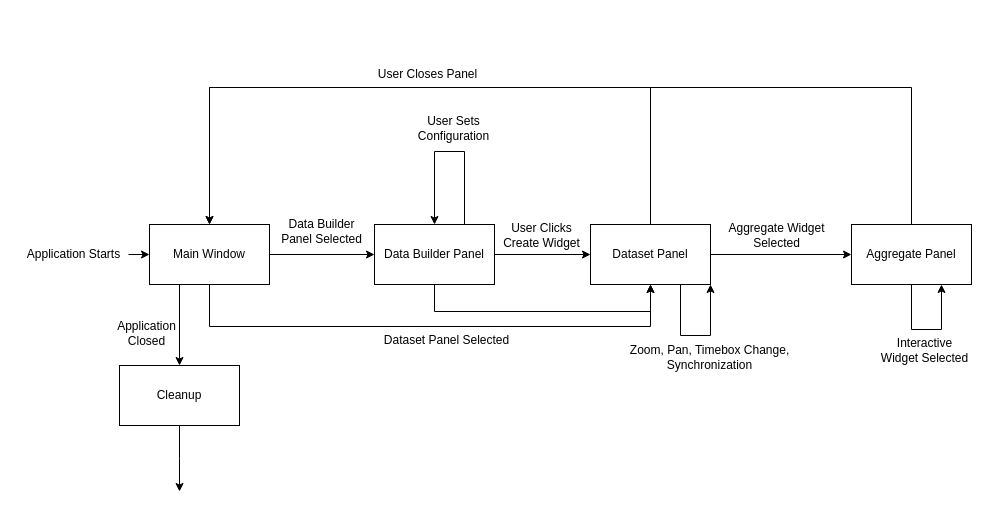
This is page "Page-2" (2 of 2) of ClassModel.drawio from LukiePookie1/data-visualization-application, a draw.io file, before an edit. Source tidied: cells renumbered, new cells numbered last; positions are measured from the earlier drawing's top-left corner, leaving out a move shared by most shapes. Both pictures are drawn from the tidied source at 100%, with x=0, y=0 at pixel (17, 61).
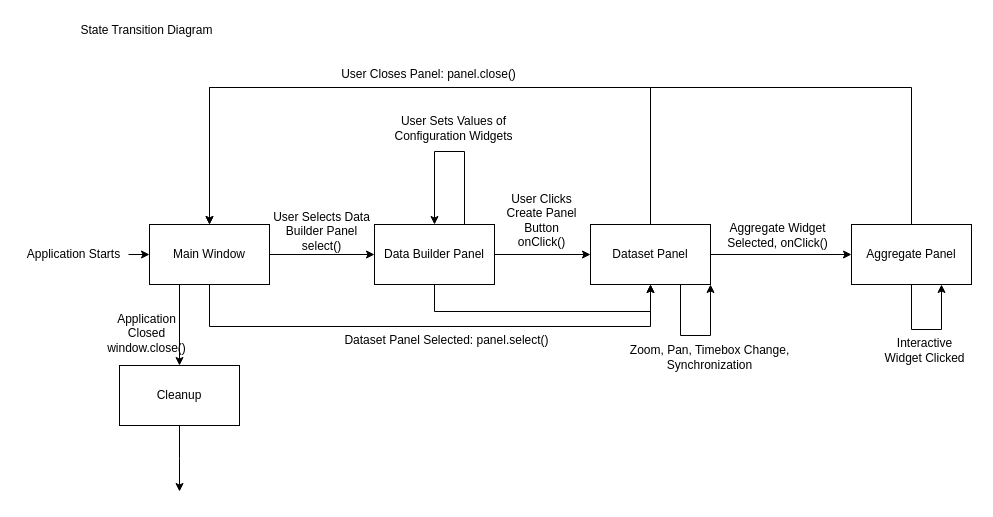
The same page after the edit.

The edit, as a diff of the source:
```diff
@@
-    <mxCell id="8" value="Data Builder &lt;br&gt;Panel Selected" style="text;html=1;align=center;verticalAlign=middle;strokeColor=none;fillColor=none;" parent="1" vertex="1">
-      <mxGeometry x="254" y="149" width="99" height="41" as="geometry" />
+    <mxCell id="8" value="User Selects Data&lt;br&gt;Builder Panel&lt;br&gt;select()" style="text;html=1;align=center;verticalAlign=middle;strokeColor=none;fillColor=none;" parent="1" vertex="1">
+      <mxGeometry x="246" y="142" width="115" height="55" as="geometry" />
     </mxCell>
@@
-    <mxCell id="13" value="User Sets&lt;br&gt;Configuration" style="text;html=1;align=center;verticalAlign=middle;strokeColor=none;fillColor=none;" parent="1" vertex="1">
-      <mxGeometry x="391" y="46" width="89" height="41" as="geometry" />
+    <mxCell id="13" value="User Sets Values of&lt;br&gt;Configuration Widgets" style="text;html=1;align=center;verticalAlign=middle;strokeColor=none;fillColor=none;" parent="1" vertex="1">
+      <mxGeometry x="368" y="46" width="136" height="41" as="geometry" />
     </mxCell>
@@
-    <mxCell id="17" value="User Clicks &lt;br&gt;Create Widget" style="text;html=1;align=center;verticalAlign=middle;strokeColor=none;fillColor=none;" parent="1" vertex="1">
-      <mxGeometry x="476" y="153" width="95" height="41" as="geometry" />
+    <mxCell id="17" value="User Clicks &lt;br&gt;Create Panel&lt;br&gt;Button&lt;br&gt;onClick()" style="text;html=1;align=center;verticalAlign=middle;strokeColor=none;fillColor=none;" parent="1" vertex="1">
+      <mxGeometry x="480" y="124" width="88" height="70" as="geometry" />
     </mxCell>
-    <mxCell id="18" value="User Closes Panel" style="text;html=1;align=center;verticalAlign=middle;strokeColor=none;fillColor=none;" parent="1" vertex="1">
-      <mxGeometry x="351" width="117" height="26" as="geometry" />
+    <mxCell id="18" value="User Closes Panel: panel.close()" style="text;html=1;align=center;verticalAlign=middle;strokeColor=none;fillColor=none;" parent="1" vertex="1">
+      <mxGeometry x="314" width="193" height="26" as="geometry" />
     </mxCell>
-    <mxCell id="19" value="Dataset Panel Selected" style="text;html=1;align=center;verticalAlign=middle;strokeColor=none;fillColor=none;" parent="1" vertex="1">
-      <mxGeometry x="357" y="266" width="143" height="26" as="geometry" />
+    <mxCell id="19" value="Dataset Panel Selected: panel.select()" style="text;html=1;align=center;verticalAlign=middle;strokeColor=none;fillColor=none;" parent="1" vertex="1">
+      <mxGeometry x="318" y="266" width="222" height="26" as="geometry" />
     </mxCell>
@@
-    <mxCell id="22" value="Aggregate Widget &lt;br&gt;Selected" style="text;html=1;align=center;verticalAlign=middle;strokeColor=none;fillColor=none;" parent="1" vertex="1">
-      <mxGeometry x="702" y="153" width="114" height="41" as="geometry" />
+    <mxCell id="22" value="Aggregate Widget &lt;br&gt;Selected, onClick()" style="text;html=1;align=center;verticalAlign=middle;strokeColor=none;fillColor=none;" parent="1" vertex="1">
+      <mxGeometry x="700" y="153" width="119" height="41" as="geometry" />
     </mxCell>
@@
-    <mxCell id="24" value="Interactive &lt;br&gt;Widget Selected" style="text;html=1;align=center;verticalAlign=middle;strokeColor=none;fillColor=none;" parent="1" vertex="1">
-      <mxGeometry x="854" y="268" width="105" height="41" as="geometry" />
+    <mxCell id="24" value="Interactive &lt;br&gt;Widget Clicked" style="text;html=1;align=center;verticalAlign=middle;strokeColor=none;fillColor=none;" parent="1" vertex="1">
+      <mxGeometry x="858" y="268" width="98" height="41" as="geometry" />
     </mxCell>
@@
-    <mxCell id="27" value="Application &lt;br&gt;Closed" style="text;html=1;align=center;verticalAlign=middle;strokeColor=none;fillColor=none;" parent="1" vertex="1">
-      <mxGeometry x="90" y="251" width="77" height="41" as="geometry" />
+    <mxCell id="27" value="Application &lt;br&gt;Closed&lt;br&gt;window.close()" style="text;html=1;align=center;verticalAlign=middle;strokeColor=none;fillColor=none;" parent="1" vertex="1">
+      <mxGeometry x="80" y="244" width="97" height="55" as="geometry" />
     </mxCell>
@@
+    <mxCell id="30" value="State Transition Diagram" style="text;html=1;align=center;verticalAlign=middle;strokeColor=none;fillColor=none;" parent="1" vertex="1">
+      <mxGeometry x="53.5" y="-44" width="150" height="26" as="geometry" />
+    </mxCell>
```
